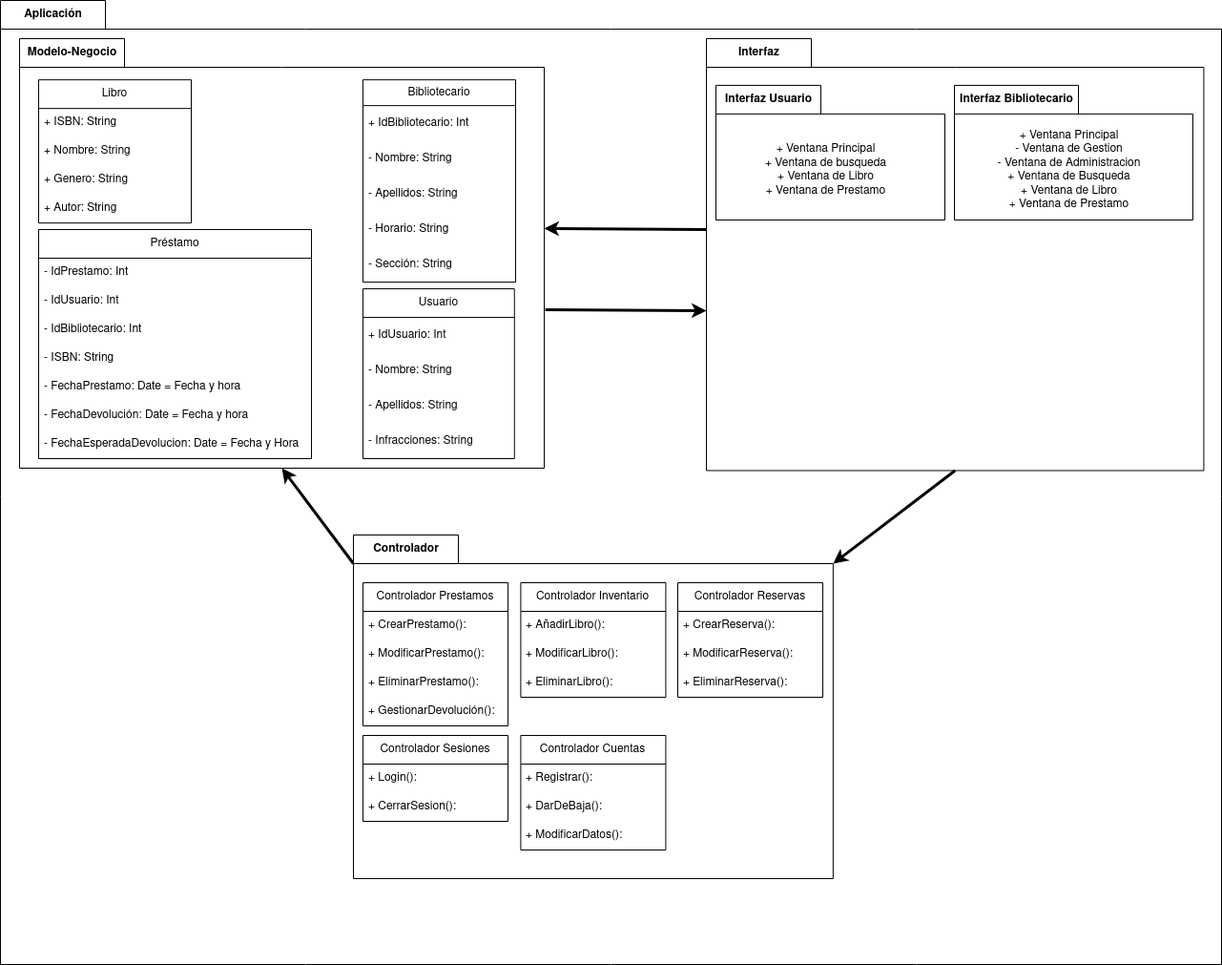
Above: diagrama-paquetes/Hospital/diagrama.drawio.png in IsaiasTolP/Tareas_Markdown (draw.io), before the change. Source tidied: cells renumbered, new cells last; positions are measured from the earlier drawing's top-left corner, leaving out a move shared by most shapes.
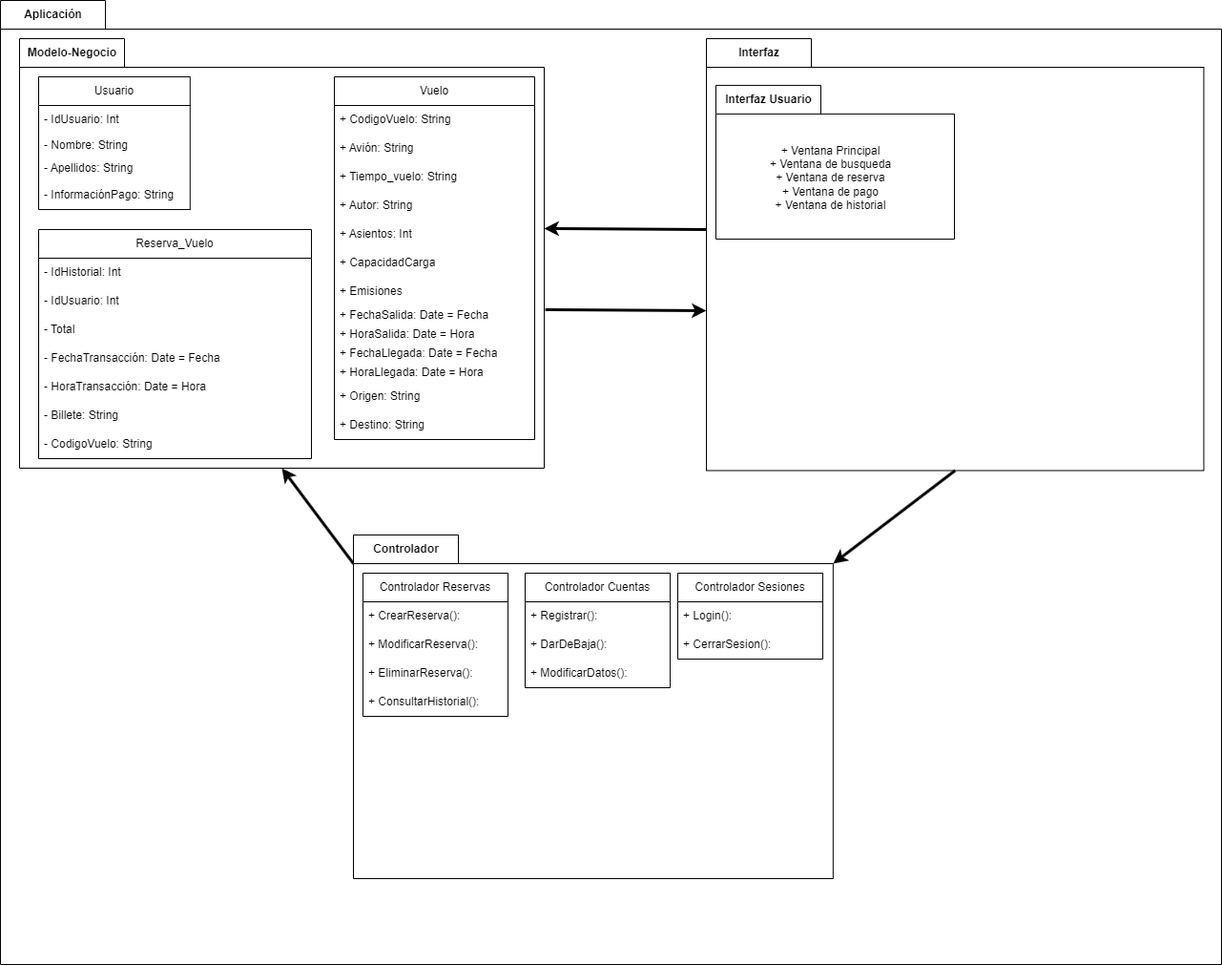
After the commit.

The edit, as a diff of the source:
```diff
@@ -22,21 +22,13 @@
       </mxGeometry>
     </mxCell>
     <mxCell id="7" value="Interfaz Usuario" style="shape=folder;fontStyle=1;tabWidth=110;tabHeight=30;tabPosition=left;html=1;boundedLbl=1;labelInHeader=1;" parent="5" vertex="1">
-      <mxGeometry x="10" y="48.9" width="240" height="141.1" as="geometry" />
+      <mxGeometry x="10" y="48.9" width="250" height="161.1" as="geometry" />
     </mxCell>
-    <mxCell id="8" value="+ Ventana Principal&lt;br&gt;+ Ventana de busqueda&lt;br&gt;+ Ventana de Libro&lt;br&gt;+ Ventana de Prestamo" style="html=1;strokeColor=none;fillColor=none;" parent="7" vertex="1">
-      <mxGeometry width="230" height="117.57" relative="1" as="geometry">
+    <mxCell id="8" value="+ Ventana Principal&lt;br&gt;+ Ventana de busqueda&lt;br&gt;+ Ventana de reserva&lt;br&gt;+ Ventana de pago&lt;div&gt;+ Ventana de historial&lt;/div&gt;" style="html=1;strokeColor=none;fillColor=none;" parent="7" vertex="1">
+      <mxGeometry width="239.58" height="134.23" relative="1" as="geometry">
         <mxPoint y="30" as="offset" />
       </mxGeometry>
     </mxCell>
-    <mxCell id="9" value="Interfaz Bibliotecario" style="shape=folder;fontStyle=1;tabWidth=130;tabHeight=30;tabPosition=left;html=1;boundedLbl=1;labelInHeader=1;" parent="5" vertex="1">
-      <mxGeometry x="260" y="48.9" width="250" height="141.1" as="geometry" />
-    </mxCell>
-    <mxCell id="10" value="+ Ventana Principal&lt;br&gt;- Ventana de Gestion&lt;br&gt;- Ventana de Administracion&lt;br&gt;+ Ventana de Busqueda&lt;br&gt;+ Ventana de Libro&lt;br&gt;+ Ventana de Prestamo" style="html=1;strokeColor=none;fillColor=none;" parent="9" vertex="1">
-      <mxGeometry width="239.58" height="117.57" relative="1" as="geometry">
-        <mxPoint y="30" as="offset" />
-      </mxGeometry>
-    </mxCell>
     <mxCell id="11" style="edgeStyle=none;html=1;exitX=0;exitY=0;exitDx=502.85714285714283;exitDy=30;exitPerimeter=0;entryX=0.5;entryY=1;entryDx=0;entryDy=0;entryPerimeter=0;strokeWidth=3;startArrow=classic;startFill=1;endArrow=none;endFill=0;" parent="2" edge="1" source="13" target="5">
       <mxGeometry relative="1" as="geometry" />
     </mxCell>
@@ -51,23 +43,8 @@
         <mxPoint y="30" as="offset" />
       </mxGeometry>
     </mxCell>
-    <mxCell id="15" value="Controlador Prestamos" style="swimlane;fontStyle=0;horizontal=1;startSize=30;whiteSpace=wrap;html=1;" parent="13" vertex="1">
-      <mxGeometry x="10" y="50" width="152" height="150" as="geometry" />
-    </mxCell>
-    <mxCell id="16" value="&lt;div&gt;+ CrearPrestamo():&lt;/div&gt;" style="text;strokeColor=none;fillColor=none;align=left;verticalAlign=middle;spacingLeft=4;spacingRight=4;overflow=hidden;whiteSpace=wrap;html=1;" parent="15" vertex="1">
-      <mxGeometry y="30" width="152" height="30" as="geometry" />
-    </mxCell>
-    <mxCell id="17" value="+ ModificarPrestamo():" style="text;strokeColor=none;fillColor=none;align=left;verticalAlign=middle;spacingLeft=4;spacingRight=4;overflow=hidden;whiteSpace=wrap;html=1;" parent="15" vertex="1">
-      <mxGeometry y="60" width="152" height="30" as="geometry" />
-    </mxCell>
-    <mxCell id="18" value="+ EliminarPrestamo():" style="text;strokeColor=none;fillColor=none;align=left;verticalAlign=middle;spacingLeft=4;spacingRight=4;overflow=hidden;whiteSpace=wrap;html=1;" parent="15" vertex="1">
-      <mxGeometry y="90" width="152" height="30" as="geometry" />
-    </mxCell>
-    <mxCell id="19" value="+ GestionarDevolución():" style="text;strokeColor=none;fillColor=none;align=left;verticalAlign=middle;spacingLeft=4;spacingRight=4;overflow=hidden;whiteSpace=wrap;html=1;" parent="15" vertex="1">
-      <mxGeometry y="120" width="152" height="30" as="geometry" />
-    </mxCell>
     <mxCell id="20" value="Controlador Reservas" style="swimlane;fontStyle=0;horizontal=1;startSize=30;whiteSpace=wrap;html=1;" parent="13" vertex="1">
-      <mxGeometry x="340" y="50" width="152" height="120" as="geometry" />
+      <mxGeometry x="10" y="40" width="152" height="150" as="geometry" />
     </mxCell>
     <mxCell id="21" value="+ CrearReserva():" style="text;strokeColor=none;fillColor=none;align=left;verticalAlign=middle;spacingLeft=4;spacingRight=4;overflow=hidden;whiteSpace=wrap;html=1;" parent="20" vertex="1">
       <mxGeometry y="30" width="152" height="30" as="geometry" />
@@ -78,20 +55,11 @@
     <mxCell id="23" value="+ EliminarReserva():" style="text;strokeColor=none;fillColor=none;align=left;verticalAlign=middle;spacingLeft=4;spacingRight=4;overflow=hidden;whiteSpace=wrap;html=1;" parent="20" vertex="1">
       <mxGeometry y="90" width="152" height="30" as="geometry" />
     </mxCell>
-    <mxCell id="24" value="Controlador Inventario" style="swimlane;fontStyle=0;horizontal=1;startSize=30;whiteSpace=wrap;html=1;" parent="13" vertex="1">
-      <mxGeometry x="175.4" y="50" width="152" height="120" as="geometry" />
-    </mxCell>
-    <mxCell id="25" value="+ AñadirLibro():" style="text;strokeColor=none;fillColor=none;align=left;verticalAlign=middle;spacingLeft=4;spacingRight=4;overflow=hidden;whiteSpace=wrap;html=1;" parent="24" vertex="1">
-      <mxGeometry y="30" width="152" height="30" as="geometry" />
-    </mxCell>
-    <mxCell id="26" value="+ ModificarLibro():" style="text;strokeColor=none;fillColor=none;align=left;verticalAlign=middle;spacingLeft=4;spacingRight=4;overflow=hidden;whiteSpace=wrap;html=1;" parent="24" vertex="1">
-      <mxGeometry y="60" width="152" height="30" as="geometry" />
-    </mxCell>
-    <mxCell id="27" value="+ EliminarLibro():" style="text;strokeColor=none;fillColor=none;align=left;verticalAlign=middle;spacingLeft=4;spacingRight=4;overflow=hidden;whiteSpace=wrap;html=1;" parent="24" vertex="1">
-      <mxGeometry y="90" width="152" height="30" as="geometry" />
-    </mxCell>
+    <mxCell id="62" value="+ ConsultarHistorial():" style="text;strokeColor=none;fillColor=none;align=left;verticalAlign=middle;spacingLeft=4;spacingRight=4;overflow=hidden;whiteSpace=wrap;html=1;" parent="20" vertex="1">
+      <mxGeometry y="120" width="152" height="30" as="geometry" />
+    </mxCell>
     <mxCell id="28" value="Controlador Sesiones" style="swimlane;fontStyle=0;horizontal=1;startSize=30;whiteSpace=wrap;html=1;" parent="13" vertex="1">
-      <mxGeometry x="10" y="210" width="152" height="90" as="geometry" />
+      <mxGeometry x="340" y="40" width="152" height="90" as="geometry" />
     </mxCell>
     <mxCell id="29" value="+ Login():" style="text;strokeColor=none;fillColor=none;align=left;verticalAlign=middle;spacingLeft=4;spacingRight=4;overflow=hidden;whiteSpace=wrap;html=1;" parent="28" vertex="1">
       <mxGeometry y="30" width="152" height="30" as="geometry" />
@@ -100,7 +68,7 @@
       <mxGeometry y="60" width="152" height="30" as="geometry" />
     </mxCell>
     <mxCell id="31" value="Controlador Cuentas" style="swimlane;fontStyle=0;horizontal=1;startSize=30;whiteSpace=wrap;html=1;" parent="13" vertex="1">
-      <mxGeometry x="175.4" y="210" width="152" height="120" as="geometry" />
+      <mxGeometry x="180" y="40" width="152" height="120" as="geometry" />
     </mxCell>
     <mxCell id="32" value="+ Registrar():" style="text;strokeColor=none;fillColor=none;align=left;verticalAlign=middle;spacingLeft=4;spacingRight=4;overflow=hidden;whiteSpace=wrap;html=1;" parent="31" vertex="1">
       <mxGeometry y="30" width="152" height="30" as="geometry" />
@@ -123,75 +91,84 @@
       </mxGeometry>
     </mxCell>
     <mxCell id="38" value="Usuario" style="swimlane;fontStyle=0;horizontal=1;startSize=30;whiteSpace=wrap;html=1;strokeColor=default;" parent="36" vertex="1">
-      <mxGeometry x="360" y="262.1" width="158.8" height="177.9" as="geometry" />
+      <mxGeometry x="20" y="40" width="158.8" height="139" as="geometry" />
     </mxCell>
-    <mxCell id="39" value="+ IdUsuario: Int" style="text;strokeColor=none;fillColor=none;align=left;verticalAlign=middle;spacingLeft=4;spacingRight=4;overflow=hidden;whiteSpace=wrap;html=1;" parent="38" vertex="1">
-      <mxGeometry y="30" width="158.8" height="37" as="geometry" />
+    <mxCell id="39" value="- IdUsuario: Int" style="text;strokeColor=none;fillColor=none;align=left;verticalAlign=middle;spacingLeft=4;spacingRight=4;overflow=hidden;whiteSpace=wrap;html=1;" parent="38" vertex="1">
+      <mxGeometry y="30" width="158.8" height="30" as="geometry" />
     </mxCell>
     <mxCell id="40" value="- Nombre: String" style="text;strokeColor=none;fillColor=none;align=left;verticalAlign=middle;spacingLeft=4;spacingRight=4;overflow=hidden;whiteSpace=wrap;html=1;" parent="38" vertex="1">
-      <mxGeometry y="67" width="158.8" height="37" as="geometry" />
+      <mxGeometry y="60" width="158.8" height="23" as="geometry" />
     </mxCell>
     <mxCell id="41" value="- Apellidos: String" style="text;strokeColor=none;fillColor=none;align=left;verticalAlign=middle;spacingLeft=4;spacingRight=4;overflow=hidden;whiteSpace=wrap;html=1;" parent="38" vertex="1">
-      <mxGeometry y="104" width="158.8" height="37" as="geometry" />
+      <mxGeometry y="83" width="158.8" height="26" as="geometry" />
     </mxCell>
-    <mxCell id="42" value="- Infracciones: String" style="text;strokeColor=none;fillColor=none;align=left;verticalAlign=middle;spacingLeft=4;spacingRight=4;overflow=hidden;whiteSpace=wrap;html=1;" parent="38" vertex="1">
-      <mxGeometry y="141" width="158.8" height="37" as="geometry" />
+    <mxCell id="42" value="- InformaciónPago: String" style="text;strokeColor=none;fillColor=none;align=left;verticalAlign=middle;spacingLeft=4;spacingRight=4;overflow=hidden;whiteSpace=wrap;html=1;" parent="38" vertex="1">
+      <mxGeometry y="109" width="158.8" height="30" as="geometry" />
     </mxCell>
-    <mxCell id="43" value="Bibliotecario" style="swimlane;fontStyle=0;horizontal=1;startSize=27;whiteSpace=wrap;html=1;strokeColor=default;" parent="36" vertex="1">
-      <mxGeometry x="360" y="43.1" width="160" height="211.9" as="geometry" />
-    </mxCell>
-    <mxCell id="44" value="+ IdBibliotecario: Int" style="text;strokeColor=none;fillColor=none;align=left;verticalAlign=middle;spacingLeft=4;spacingRight=4;overflow=hidden;whiteSpace=wrap;html=1;" parent="43" vertex="1">
-      <mxGeometry y="27" width="160" height="37" as="geometry" />
-    </mxCell>
-    <mxCell id="45" value="- Nombre: String" style="text;strokeColor=none;fillColor=none;align=left;verticalAlign=middle;spacingLeft=4;spacingRight=4;overflow=hidden;whiteSpace=wrap;html=1;" parent="43" vertex="1">
-      <mxGeometry y="64" width="160" height="37" as="geometry" />
-    </mxCell>
-    <mxCell id="46" value="- Apellidos: String" style="text;strokeColor=none;fillColor=none;align=left;verticalAlign=middle;spacingLeft=4;spacingRight=4;overflow=hidden;whiteSpace=wrap;html=1;" parent="43" vertex="1">
-      <mxGeometry y="101" width="160" height="37" as="geometry" />
-    </mxCell>
-    <mxCell id="47" value="- Horario: String" style="text;strokeColor=none;fillColor=none;align=left;verticalAlign=middle;spacingLeft=4;spacingRight=4;overflow=hidden;whiteSpace=wrap;html=1;" parent="43" vertex="1">
-      <mxGeometry y="138" width="160" height="37" as="geometry" />
-    </mxCell>
-    <mxCell id="48" value="- Sección: String" style="text;strokeColor=none;fillColor=none;align=left;verticalAlign=middle;spacingLeft=4;spacingRight=4;overflow=hidden;whiteSpace=wrap;html=1;" parent="43" vertex="1">
-      <mxGeometry y="174.9" width="160" height="37" as="geometry" />
-    </mxCell>
-    <mxCell id="49" value="Libro" style="swimlane;fontStyle=0;horizontal=1;startSize=30;whiteSpace=wrap;html=1;strokeColor=default;" parent="36" vertex="1">
-      <mxGeometry x="20" y="43.1" width="160" height="150" as="geometry" />
+    <mxCell id="49" value="Vuelo" style="swimlane;fontStyle=0;horizontal=1;startSize=30;whiteSpace=wrap;html=1;strokeColor=default;" parent="36" vertex="1">
+      <mxGeometry x="330" y="40" width="210" height="380" as="geometry" />
     </mxCell>
-    <mxCell id="50" value="+ ISBN: String" style="text;strokeColor=none;fillColor=none;align=left;verticalAlign=middle;spacingLeft=4;spacingRight=4;overflow=hidden;whiteSpace=wrap;html=1;" parent="49" vertex="1">
-      <mxGeometry y="30" width="160" height="30" as="geometry" />
+    <mxCell id="50" value="+ CodigoVuelo: String" style="text;strokeColor=none;fillColor=none;align=left;verticalAlign=middle;spacingLeft=4;spacingRight=4;overflow=hidden;whiteSpace=wrap;html=1;" parent="49" vertex="1">
+      <mxGeometry y="30" width="210" height="30" as="geometry" />
     </mxCell>
-    <mxCell id="51" value="+ Nombre: String" style="text;strokeColor=none;fillColor=none;align=left;verticalAlign=middle;spacingLeft=4;spacingRight=4;overflow=hidden;whiteSpace=wrap;html=1;" parent="49" vertex="1">
-      <mxGeometry y="60" width="160" height="30" as="geometry" />
+    <mxCell id="51" value="+ Avión: String" style="text;strokeColor=none;fillColor=none;align=left;verticalAlign=middle;spacingLeft=4;spacingRight=4;overflow=hidden;whiteSpace=wrap;html=1;" parent="49" vertex="1">
+      <mxGeometry y="60" width="210" height="30" as="geometry" />
     </mxCell>
-    <mxCell id="52" value="+ Genero: String" style="text;strokeColor=none;fillColor=none;align=left;verticalAlign=middle;spacingLeft=4;spacingRight=4;overflow=hidden;whiteSpace=wrap;html=1;" parent="49" vertex="1">
-      <mxGeometry y="90" width="160" height="30" as="geometry" />
+    <mxCell id="52" value="+ Tiempo_vuelo: String" style="text;strokeColor=none;fillColor=none;align=left;verticalAlign=middle;spacingLeft=4;spacingRight=4;overflow=hidden;whiteSpace=wrap;html=1;" parent="49" vertex="1">
+      <mxGeometry y="90" width="210" height="30" as="geometry" />
     </mxCell>
     <mxCell id="53" value="+ Autor: String" style="text;strokeColor=none;fillColor=none;align=left;verticalAlign=middle;spacingLeft=4;spacingRight=4;overflow=hidden;whiteSpace=wrap;html=1;" parent="49" vertex="1">
-      <mxGeometry y="120" width="160" height="30" as="geometry" />
+      <mxGeometry y="120" width="210" height="30" as="geometry" />
     </mxCell>
+    <mxCell id="63" value="+ Asientos: Int" style="text;strokeColor=none;fillColor=none;align=left;verticalAlign=middle;spacingLeft=4;spacingRight=4;overflow=hidden;whiteSpace=wrap;html=1;" parent="49" vertex="1">
+      <mxGeometry y="150" width="210" height="30" as="geometry" />
+    </mxCell>
+    <mxCell id="64" value="+ CapacidadCarga" style="text;strokeColor=none;fillColor=none;align=left;verticalAlign=middle;spacingLeft=4;spacingRight=4;overflow=hidden;whiteSpace=wrap;html=1;" parent="49" vertex="1">
+      <mxGeometry y="180" width="210" height="30" as="geometry" />
+    </mxCell>
+    <mxCell id="65" value="+ Emisiones" style="text;strokeColor=none;fillColor=none;align=left;verticalAlign=middle;spacingLeft=4;spacingRight=4;overflow=hidden;whiteSpace=wrap;html=1;" parent="49" vertex="1">
+      <mxGeometry y="210" width="210" height="30" as="geometry" />
+    </mxCell>
+    <mxCell id="66" value="+ FechaSalida: Date = Fecha" style="text;strokeColor=none;fillColor=none;align=left;verticalAlign=middle;spacingLeft=4;spacingRight=4;overflow=hidden;whiteSpace=wrap;html=1;" parent="49" vertex="1">
+      <mxGeometry y="240" width="210" height="20" as="geometry" />
+    </mxCell>
+    <mxCell id="67" value="+ HoraSalida: Date = Hora" style="text;strokeColor=none;fillColor=none;align=left;verticalAlign=middle;spacingLeft=4;spacingRight=4;overflow=hidden;whiteSpace=wrap;html=1;" parent="49" vertex="1">
+      <mxGeometry y="260" width="210" height="20" as="geometry" />
+    </mxCell>
+    <mxCell id="68" value="+ FechaLlegada: Date = Fecha" style="text;strokeColor=none;fillColor=none;align=left;verticalAlign=middle;spacingLeft=4;spacingRight=4;overflow=hidden;whiteSpace=wrap;html=1;" parent="49" vertex="1">
+      <mxGeometry y="280" width="210" height="20" as="geometry" />
+    </mxCell>
+    <mxCell id="69" value="+ HoraLlegada: Date = Hora" style="text;strokeColor=none;fillColor=none;align=left;verticalAlign=middle;spacingLeft=4;spacingRight=4;overflow=hidden;whiteSpace=wrap;html=1;" parent="49" vertex="1">
+      <mxGeometry y="300" width="210" height="20" as="geometry" />
+    </mxCell>
+    <mxCell id="70" value="+ Origen: String" style="text;strokeColor=none;fillColor=none;align=left;verticalAlign=middle;spacingLeft=4;spacingRight=4;overflow=hidden;whiteSpace=wrap;html=1;" parent="49" vertex="1">
+      <mxGeometry y="320" width="210" height="30" as="geometry" />
+    </mxCell>
+    <mxCell id="71" value="+ Destino: String" style="text;strokeColor=none;fillColor=none;align=left;verticalAlign=middle;spacingLeft=4;spacingRight=4;overflow=hidden;whiteSpace=wrap;html=1;" parent="49" vertex="1">
+      <mxGeometry y="350" width="210" height="30" as="geometry" />
+    </mxCell>
-    <mxCell id="54" value="Préstamo" style="swimlane;fontStyle=0;horizontal=1;startSize=30;whiteSpace=wrap;html=1;strokeColor=default;" parent="36" vertex="1">
+    <mxCell id="54" value="Reserva_Vuelo" style="swimlane;fontStyle=0;horizontal=1;startSize=30;whiteSpace=wrap;html=1;strokeColor=default;" parent="36" vertex="1">
       <mxGeometry x="20" y="200" width="286" height="240" as="geometry" />
     </mxCell>
-    <mxCell id="55" value="- IdPrestamo: Int" style="text;strokeColor=none;fillColor=none;align=left;verticalAlign=middle;spacingLeft=4;spacingRight=4;overflow=hidden;whiteSpace=wrap;html=1;" parent="54" vertex="1">
+    <mxCell id="55" value="- IdHistorial: Int" style="text;strokeColor=none;fillColor=none;align=left;verticalAlign=middle;spacingLeft=4;spacingRight=4;overflow=hidden;whiteSpace=wrap;html=1;" parent="54" vertex="1">
       <mxGeometry y="30" width="286" height="30" as="geometry" />
     </mxCell>
     <mxCell id="56" value="- IdUsuario: Int" style="text;strokeColor=none;fillColor=none;align=left;verticalAlign=middle;spacingLeft=4;spacingRight=4;overflow=hidden;whiteSpace=wrap;html=1;" parent="54" vertex="1">
       <mxGeometry y="60" width="286" height="30" as="geometry" />
     </mxCell>
-    <mxCell id="57" value="- IdBibliotecario: Int" style="text;strokeColor=none;fillColor=none;align=left;verticalAlign=middle;spacingLeft=4;spacingRight=4;overflow=hidden;whiteSpace=wrap;html=1;" parent="54" vertex="1">
+    <mxCell id="57" value="- Total" style="text;strokeColor=none;fillColor=none;align=left;verticalAlign=middle;spacingLeft=4;spacingRight=4;overflow=hidden;whiteSpace=wrap;html=1;" parent="54" vertex="1">
       <mxGeometry y="90" width="286" height="30" as="geometry" />
     </mxCell>
-    <mxCell id="58" value="- ISBN: String" style="text;strokeColor=none;fillColor=none;align=left;verticalAlign=middle;spacingLeft=4;spacingRight=4;overflow=hidden;whiteSpace=wrap;html=1;" parent="54" vertex="1">
+    <mxCell id="58" value="- FechaTransacción: Date = Fecha" style="text;strokeColor=none;fillColor=none;align=left;verticalAlign=middle;spacingLeft=4;spacingRight=4;overflow=hidden;whiteSpace=wrap;html=1;" parent="54" vertex="1">
       <mxGeometry y="120" width="286" height="30" as="geometry" />
     </mxCell>
-    <mxCell id="59" value="- FechaPrestamo: Date = Fecha y hora" style="text;strokeColor=none;fillColor=none;align=left;verticalAlign=middle;spacingLeft=4;spacingRight=4;overflow=hidden;whiteSpace=wrap;html=1;" parent="54" vertex="1">
+    <mxCell id="59" value="- HoraTransacción: Date = Hora" style="text;strokeColor=none;fillColor=none;align=left;verticalAlign=middle;spacingLeft=4;spacingRight=4;overflow=hidden;whiteSpace=wrap;html=1;" parent="54" vertex="1">
       <mxGeometry y="150" width="286" height="30" as="geometry" />
     </mxCell>
-    <mxCell id="60" value="- FechaDevolución: Date = Fecha y hora" style="text;strokeColor=none;fillColor=none;align=left;verticalAlign=middle;spacingLeft=4;spacingRight=4;overflow=hidden;whiteSpace=wrap;html=1;" parent="54" vertex="1">
+    <mxCell id="60" value="- Billete: String" style="text;strokeColor=none;fillColor=none;align=left;verticalAlign=middle;spacingLeft=4;spacingRight=4;overflow=hidden;whiteSpace=wrap;html=1;" parent="54" vertex="1">
       <mxGeometry y="180" width="286" height="30" as="geometry" />
     </mxCell>
-    <mxCell id="61" value="- FechaEsperadaDevolucion: Date = Fecha y Hora" style="text;strokeColor=none;fillColor=none;align=left;verticalAlign=middle;spacingLeft=4;spacingRight=4;overflow=hidden;whiteSpace=wrap;html=1;" parent="54" vertex="1">
+    <mxCell id="61" value="- CodigoVuelo: String" style="text;strokeColor=none;fillColor=none;align=left;verticalAlign=middle;spacingLeft=4;spacingRight=4;overflow=hidden;whiteSpace=wrap;html=1;" parent="54" vertex="1">
       <mxGeometry y="210" width="286" height="30" as="geometry" />
     </mxCell>
   </root>
```
